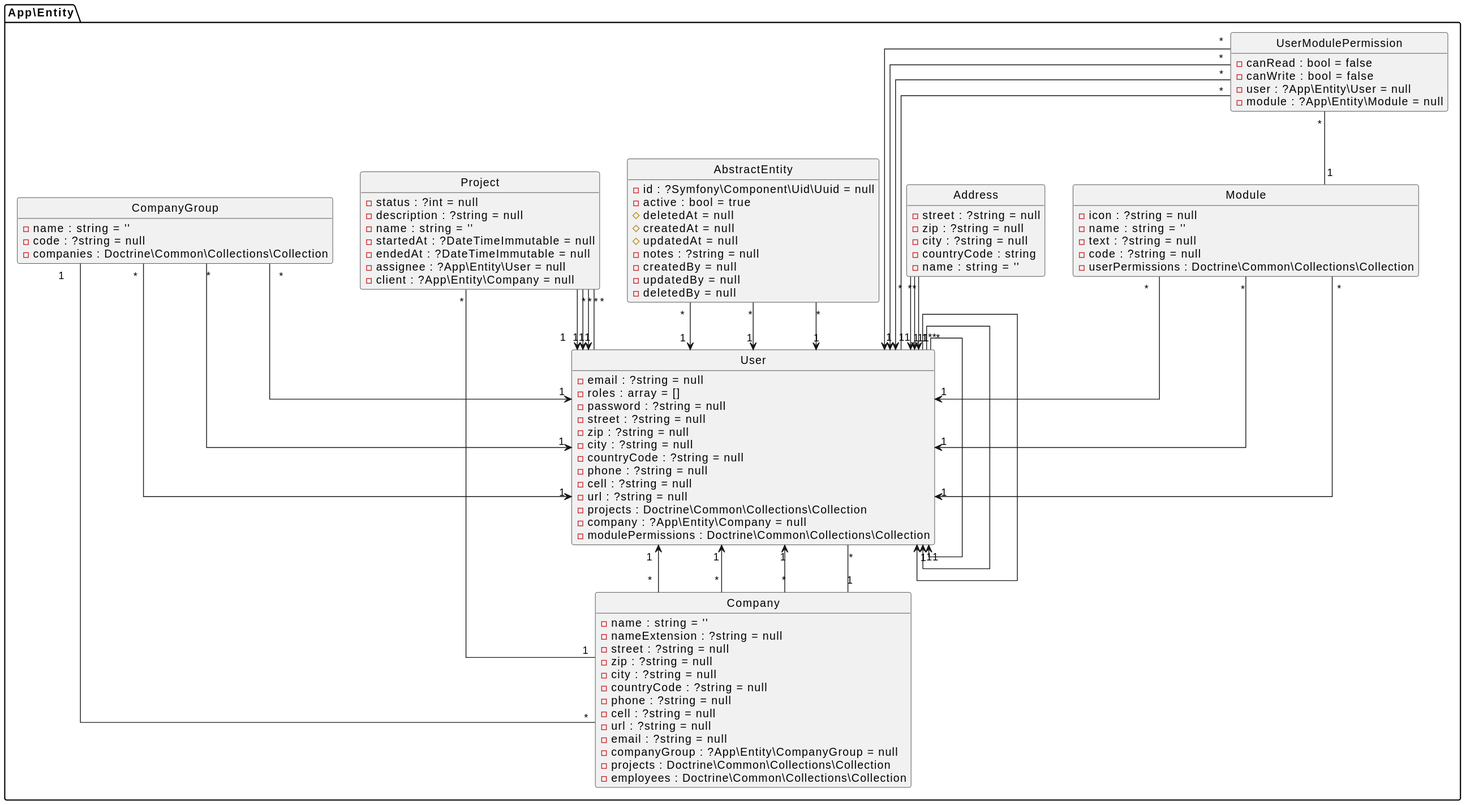
Before: assets/docs/diagram-class.svg, a diagram exported from PlantUML (cschorr/symfony-core-bundle).
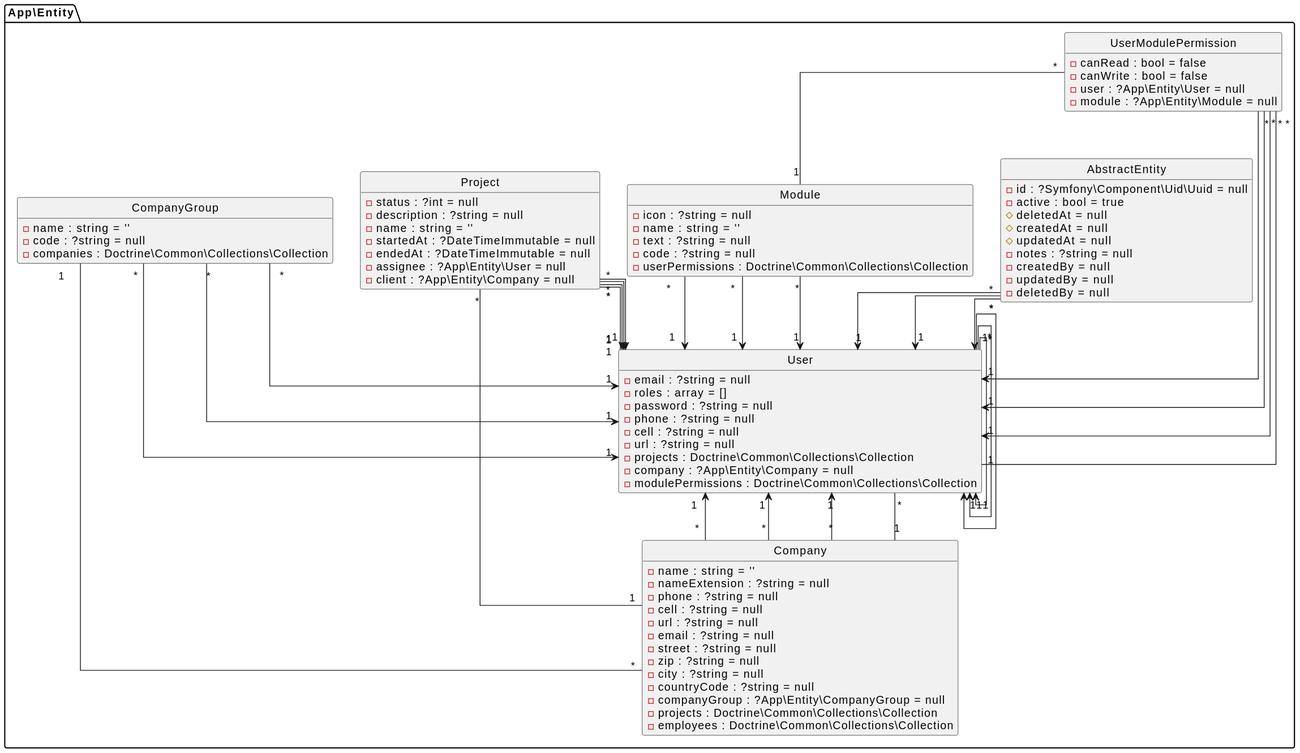
The same file after the commit.

Change to the diagram source:
```diff
@@ -25,14 +25,14 @@
 class App\Entity\Company {
 - name : string = ''
 - nameExtension : ?string = null
+- phone : ?string = null
+- cell : ?string = null
+- url : ?string = null
+- email : ?string = null
 - street : ?string = null
 - zip : ?string = null
 - city : ?string = null
 - countryCode : ?string = null
-- phone : ?string = null
-- cell : ?string = null
-- url : ?string = null
-- email : ?string = null
 - companyGroup : ?App\Entity\CompanyGroup = null
 - projects : Doctrine\Common\Collections\Collection
 - employees : Doctrine\Common\Collections\Collection
@@ -57,23 +57,12 @@
 - email : ?string = null
 - roles : array = []
 - password : ?string = null
-- street : ?string = null
-- zip : ?string = null
-- city : ?string = null
-- countryCode : ?string = null
 - phone : ?string = null
 - cell : ?string = null
 - url : ?string = null
 - projects : Doctrine\Common\Collections\Collection
 - company : ?App\Entity\Company = null
 - modulePermissions : Doctrine\Common\Collections\Collection
-}
-class App\Entity\Address {
-- street : ?string = null
-- zip : ?string = null
-- city : ?string = null
-- countryCode : string
-- name : string = ''
 }
 class App\Entity\UserModulePermission {
 - canRead : bool = false
@@ -103,9 +92,6 @@
 App\Entity\User "*" --> "1" App\Entity\User
 App\Entity\User "*" --> "1" App\Entity\User
 App\Entity\User "*" -- "1" App\Entity\Company
-App\Entity\Address "*" --> "1" App\Entity\User
-App\Entity\Address "*" --> "1" App\Entity\User
-App\Entity\Address "*" --> "1" App\Entity\User
 App\Entity\UserModulePermission "*" --> "1" App\Entity\User
 App\Entity\UserModulePermission "*" --> "1" App\Entity\User
 App\Entity\UserModulePermission "*" --> "1" App\Entity\User
```
